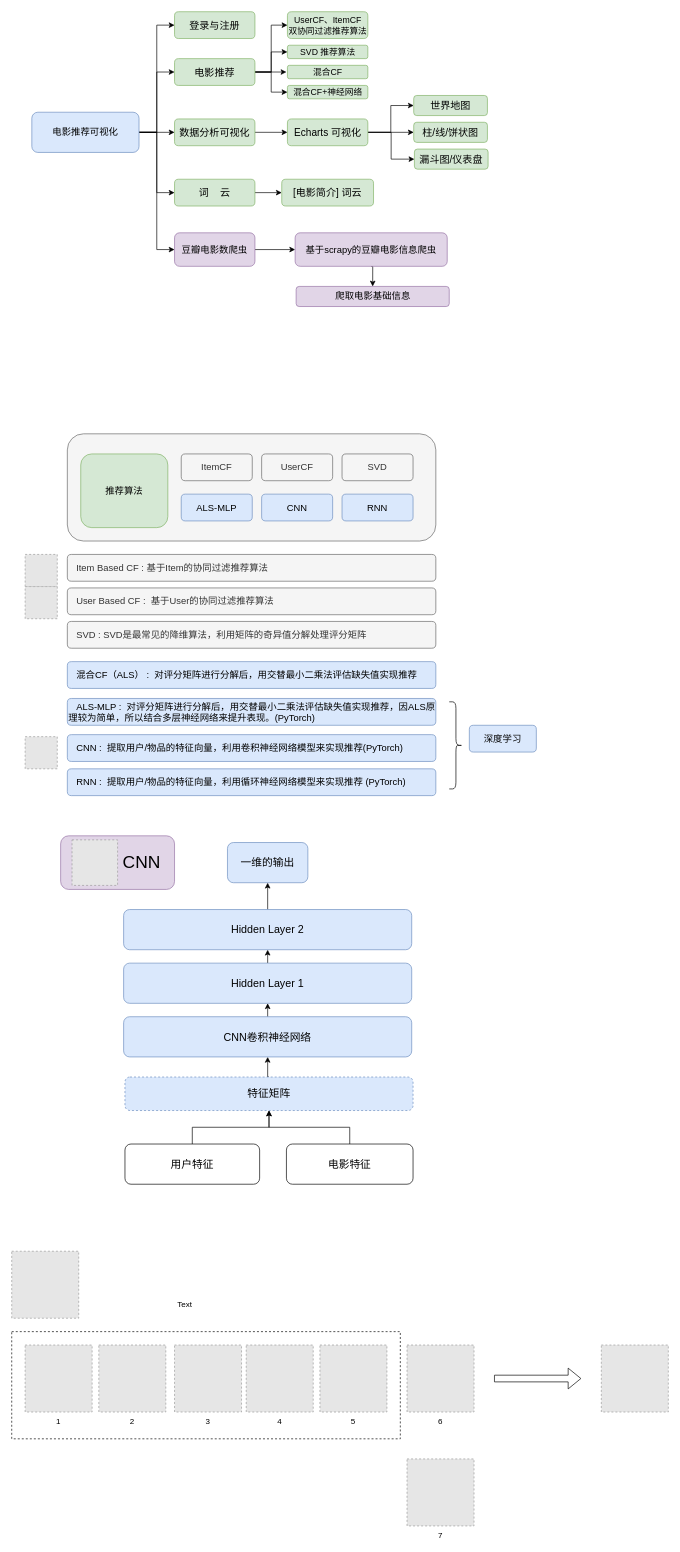
The draw.io diagram FLASK/26-RNN电影推荐可视化.drawio in redcomet88/DRAW, before the edit. Source tidied: cells renumbered, new cells numbered last; positions are measured from the earlier drawing's top-left corner, leaving out a move shared by most shapes. Both pictures are drawn from the tidied source at 67%, with x=0, y=0 at pixel (11, 11). Pictures stored in the file or linked from it are replaced by grey dashed boxes.
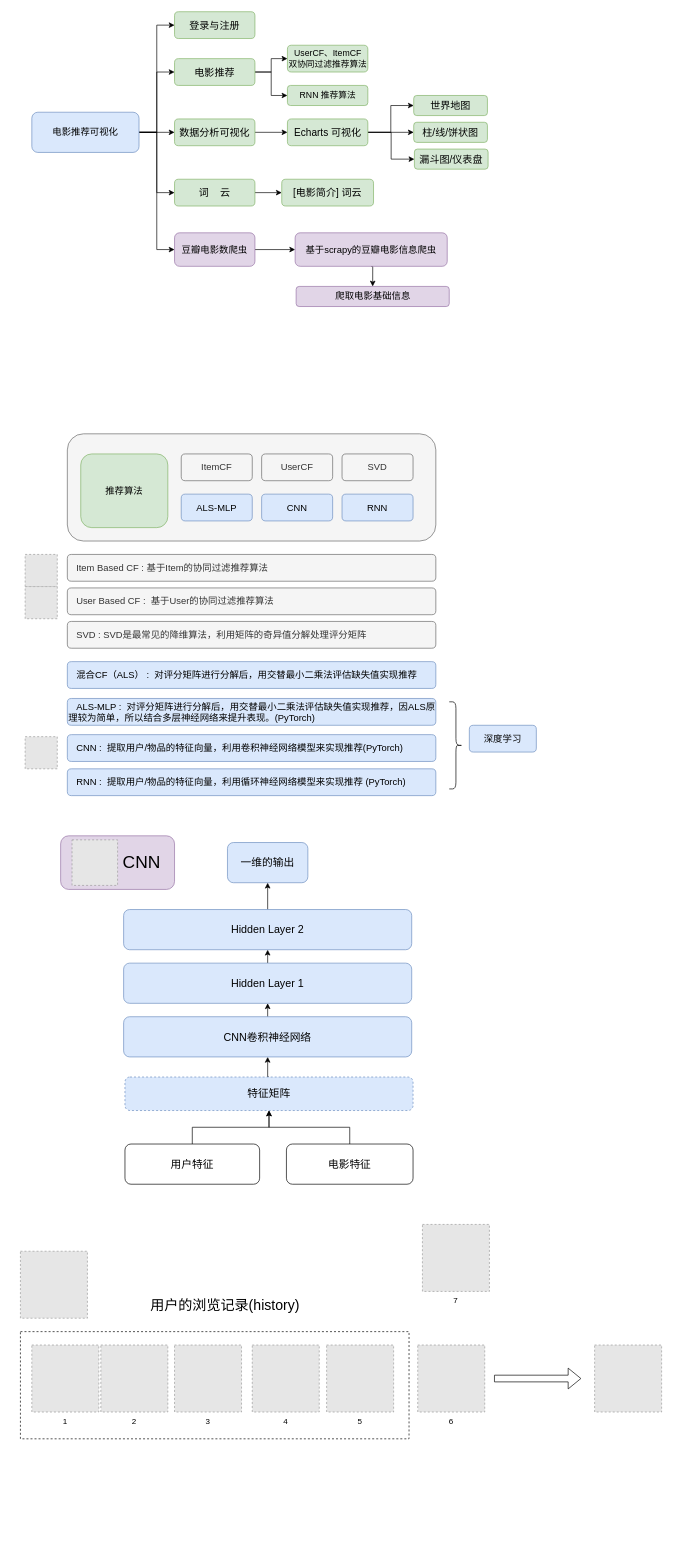
Above is the later version.

Commit message:
更新26-RNN电影推荐可视化.drawio

The change refers to these unchanged cells:
```xml
<mxCell id="40" value="电影推荐" style="rounded=1;whiteSpace=wrap;html=1;fontSize=15;fillColor=#d5e8d4;strokeColor=#82b366;" parent="1" vertex="1">
  <mxGeometry x="243" y="70" width="120" height="40" as="geometry" />
</mxCell>
```

The edit, as a diff of the source:
```diff
@@
     <mxCell id="2" style="rounded=0;whiteSpace=wrap;html=1;dashed=1;" parent="1" vertex="1">
-      <mxGeometry y="1970" width="580" height="160" as="geometry" />
+      <mxGeometry x="13" y="1970" width="580" height="160" as="geometry" />
     </mxCell>
@@
-    <mxCell id="37" style="edgeStyle=orthogonalEdgeStyle;rounded=0;jettySize=auto;html=1;exitX=1;exitY=0.5;exitDx=0;exitDy=0;entryX=0;entryY=0.5;entryDx=0;entryDy=0;fontSize=13;" parent="1" edge="1" source="40" target="42">
-      <mxGeometry relative="1" as="geometry" />
-    </mxCell>
-    <mxCell id="38" style="edgeStyle=orthogonalEdgeStyle;rounded=0;jettySize=auto;html=1;exitX=1;exitY=0.5;exitDx=0;exitDy=0;" parent="1" edge="1" source="40">
-      <mxGeometry relative="1" as="geometry">
-        <mxPoint x="410" y="90" as="targetPoint" />
-      </mxGeometry>
-    </mxCell>
@@
     <mxCell id="41" value="UserCF、ItemCF&lt;br&gt;双协同过滤推荐算法" style="rounded=1;whiteSpace=wrap;html=1;fontSize=13;fillColor=#d5e8d4;strokeColor=#82b366;" parent="1" vertex="1">
-      <mxGeometry x="411.5" width="120" height="40" as="geometry" />
+      <mxGeometry x="411.5" y="50" width="120" height="40" as="geometry" />
     </mxCell>
-    <mxCell id="42" value="SVD 推荐算法" style="rounded=1;whiteSpace=wrap;html=1;fontSize=13;fillColor=#d5e8d4;strokeColor=#82b366;" parent="1" vertex="1">
-      <mxGeometry x="411.5" y="50" width="120" height="20" as="geometry" />
-    </mxCell>
@@
-    <mxCell id="53" value="混合CF" style="rounded=1;whiteSpace=wrap;html=1;fontSize=13;fillColor=#d5e8d4;strokeColor=#82b366;" parent="1" vertex="1">
-      <mxGeometry x="411.5" y="80" width="120" height="20" as="geometry" />
-    </mxCell>
-    <mxCell id="54" value="混合CF+神经网络" style="rounded=1;whiteSpace=wrap;html=1;fontSize=13;fillColor=#d5e8d4;strokeColor=#82b366;" parent="1" vertex="1">
-      <mxGeometry x="411.5" y="110" width="120" height="20" as="geometry" />
+    <mxCell id="54" value="RNN 推荐算法" style="rounded=1;whiteSpace=wrap;html=1;fontSize=13;fillColor=#d5e8d4;strokeColor=#82b366;" parent="1" vertex="1">
+      <mxGeometry x="411.5" y="110" width="120" height="30" as="geometry" />
     </mxCell>
@@
     <mxCell id="71" style="fillColor=#E6E6E6;strokeColor=#999999;dashed=1;verticalLabelPosition=bottom;labelBackgroundColor=default;verticalAlign=top;" parent="1" vertex="1">
-      <mxGeometry x="880" y="1990" width="100" height="100" as="geometry" />
+      <mxGeometry x="870" y="1990" width="100" height="100" as="geometry" />
     </mxCell>
     <mxCell id="72" style="fillColor=#E6E6E6;strokeColor=#999999;dashed=1;verticalLabelPosition=bottom;labelBackgroundColor=default;verticalAlign=top;" parent="1" vertex="1">
-      <mxGeometry y="1850" width="100" height="100" as="geometry" />
+      <mxGeometry x="13" y="1850" width="100" height="100" as="geometry" />
     </mxCell>
     <mxCell id="73" value="1" style="fillColor=#E6E6E6;strokeColor=#999999;dashed=1;verticalLabelPosition=bottom;labelBackgroundColor=default;verticalAlign=top;" parent="1" vertex="1">
-      <mxGeometry x="20" y="1990" width="100" height="100" as="geometry" />
+      <mxGeometry x="30" y="1990" width="100" height="100" as="geometry" />
     </mxCell>
     <mxCell id="74" value="2" style="fillColor=#E6E6E6;strokeColor=#999999;dashed=1;verticalLabelPosition=bottom;labelBackgroundColor=default;verticalAlign=top;" parent="1" vertex="1">
-      <mxGeometry x="130" y="1990" width="100" height="100" as="geometry" />
+      <mxGeometry x="133" y="1990" width="100" height="100" as="geometry" />
     </mxCell>
@@
     <mxCell id="76" value="4" style="fillColor=#E6E6E6;strokeColor=#999999;dashed=1;verticalLabelPosition=bottom;labelBackgroundColor=default;verticalAlign=top;" parent="1" vertex="1">
-      <mxGeometry x="350" y="1990" width="100" height="100" as="geometry" />
+      <mxGeometry x="359" y="1990" width="100" height="100" as="geometry" />
     </mxCell>
     <mxCell id="77" value="5" style="fillColor=#E6E6E6;strokeColor=#999999;dashed=1;verticalLabelPosition=bottom;labelBackgroundColor=default;verticalAlign=top;" parent="1" vertex="1">
-      <mxGeometry x="460" y="1990" width="100" height="100" as="geometry" />
+      <mxGeometry x="470" y="1990" width="100" height="100" as="geometry" />
     </mxCell>
@@
     <mxCell id="79" value="6" style="fillColor=#E6E6E6;strokeColor=#999999;dashed=1;verticalLabelPosition=bottom;labelBackgroundColor=default;verticalAlign=top;" parent="1" vertex="1">
-      <mxGeometry x="590" y="1990" width="100" height="100" as="geometry" />
+      <mxGeometry x="606" y="1990" width="100" height="100" as="geometry" />
     </mxCell>
-    <mxCell id="80" value="Text" style="text;html=1;strokeColor=none;fillColor=none;align=center;verticalAlign=middle;whiteSpace=wrap;rounded=0;dashed=1;" parent="1" vertex="1">
-      <mxGeometry x="130" y="1910" width="257" height="40" as="geometry" />
+    <mxCell id="80" value="用户的浏览记录(history)" style="text;html=1;strokeColor=none;fillColor=none;align=center;verticalAlign=middle;whiteSpace=wrap;rounded=0;dashed=1;fontSize=21;" parent="1" vertex="1">
+      <mxGeometry x="190" y="1910" width="257" height="40" as="geometry" />
     </mxCell>
     <mxCell id="81" value="7" style="fillColor=#E6E6E6;strokeColor=#999999;dashed=1;verticalLabelPosition=bottom;labelBackgroundColor=default;verticalAlign=top;" parent="1" vertex="1">
-      <mxGeometry x="590" y="2160" width="100" height="100" as="geometry" />
+      <mxGeometry x="613" y="1810" width="100" height="100" as="geometry" />
     </mxCell>
```
